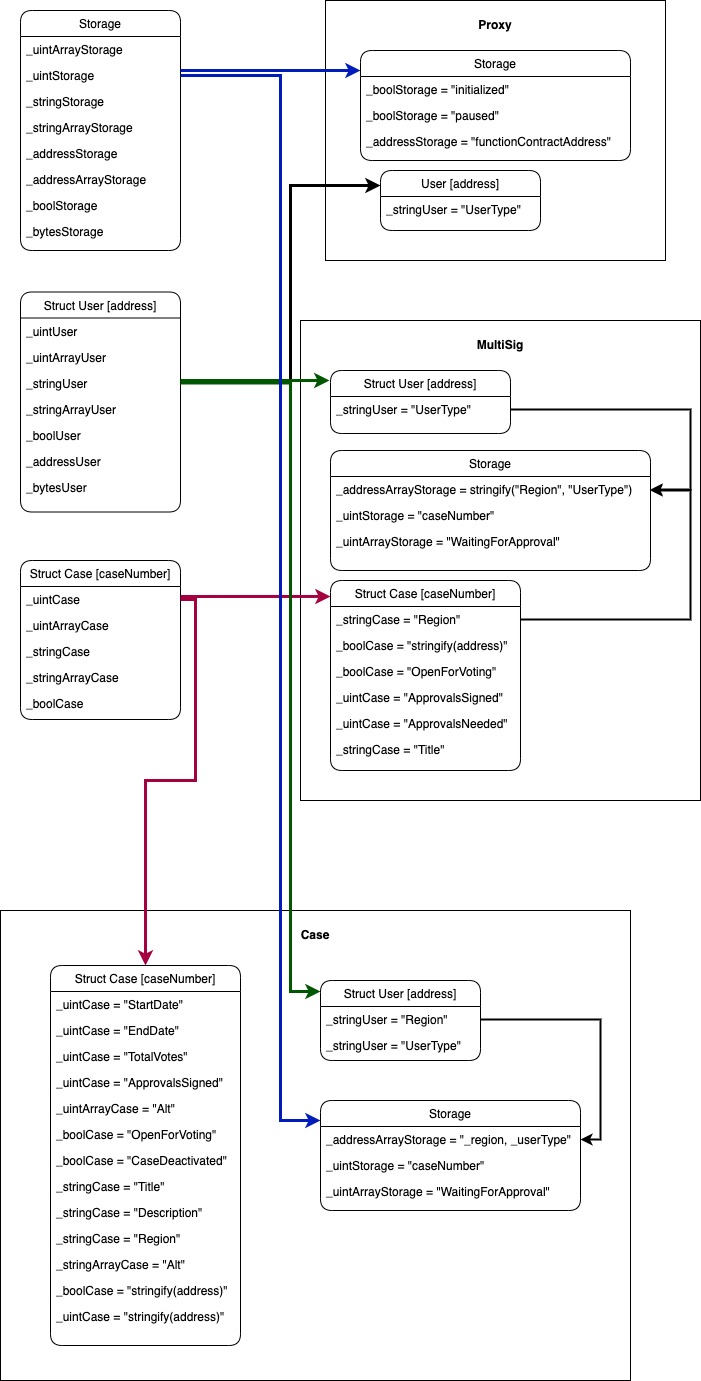
Before: Untitled Diagram.png, a diagram exported from draw.io (voljumet/ChainVote). Source tidied: cells renumbered, new cells last; positions are measured from the earlier drawing's top-left corner, leaving out a move shared by most shapes.
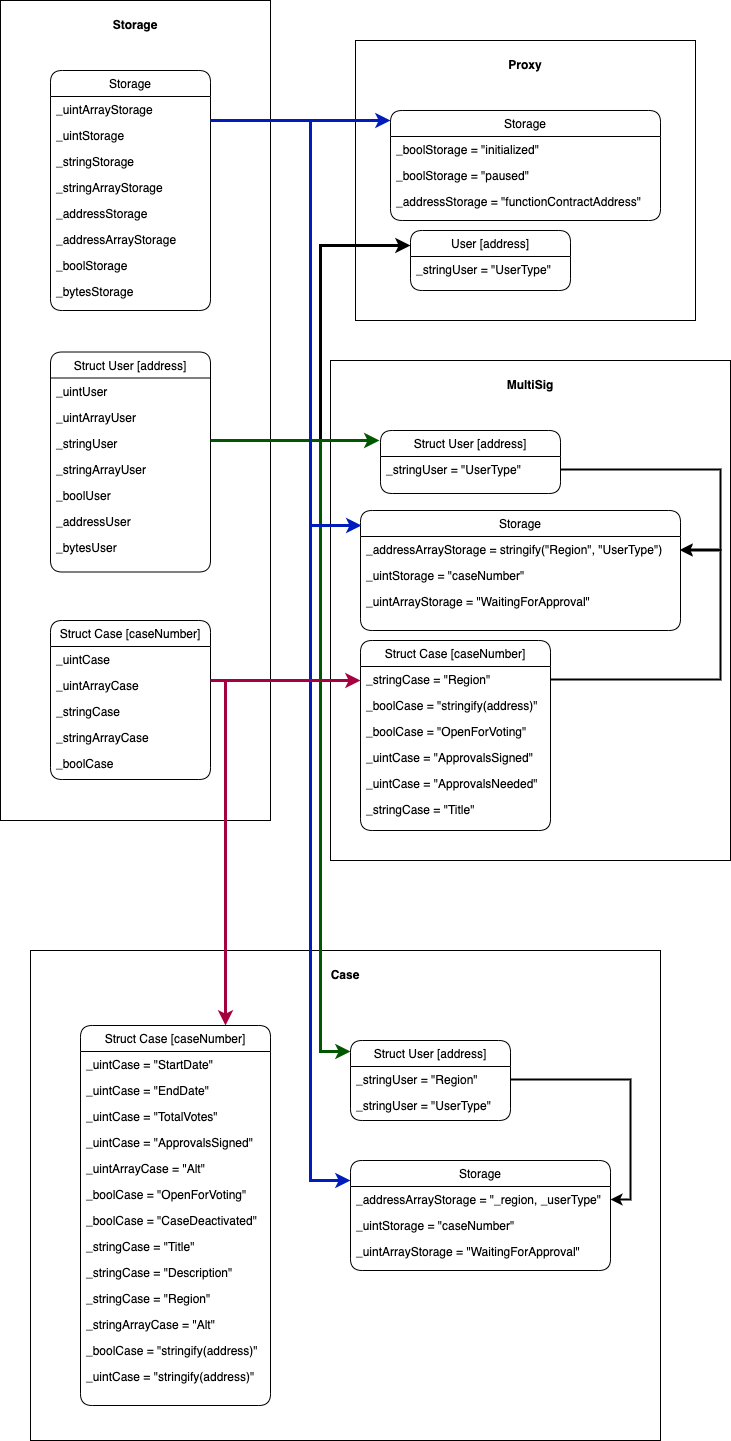
After the commit.

Diff of the diagram source:
```diff
@@ -2,14 +2,17 @@
   <root>
     <mxCell id="0" />
     <mxCell id="1" parent="0" />
+    <mxCell id="78" value="&lt;p style=&quot;margin: 0px ; margin-top: 4px ; text-align: center&quot;&gt;&lt;br&gt;&lt;b&gt;Storage&lt;/b&gt;&lt;/p&gt;" style="verticalAlign=top;align=left;overflow=fill;fontSize=12;fontFamily=Helvetica;html=1;rounded=0;" parent="1" vertex="1">
+      <mxGeometry x="-30" y="-60" width="270" height="820" as="geometry" />
+    </mxCell>
     <mxCell id="2" value="&lt;p style=&quot;margin: 0px ; margin-top: 4px ; text-align: center&quot;&gt;&lt;br&gt;&lt;b&gt;Case&lt;/b&gt;&lt;/p&gt;" style="verticalAlign=top;align=left;overflow=fill;fontSize=12;fontFamily=Helvetica;html=1;rounded=0;" parent="1" vertex="1">
-      <mxGeometry y="910" width="630" height="470" as="geometry" />
+      <mxGeometry y="890" width="630" height="490" as="geometry" />
     </mxCell>
     <mxCell id="3" value="&lt;p style=&quot;margin: 0px ; margin-top: 4px ; text-align: center&quot;&gt;&lt;br&gt;&lt;b&gt;MultiSig&lt;/b&gt;&lt;/p&gt;" style="verticalAlign=top;align=left;overflow=fill;fontSize=12;fontFamily=Helvetica;html=1;rounded=0;" parent="1" vertex="1">
-      <mxGeometry x="300" y="320" width="400" height="480" as="geometry" />
+      <mxGeometry x="300" y="300" width="400" height="500" as="geometry" />
     </mxCell>
     <mxCell id="4" value="&lt;p style=&quot;margin: 0px ; margin-top: 4px ; text-align: center&quot;&gt;&lt;br&gt;&lt;b&gt;Proxy&lt;/b&gt;&lt;/p&gt;" style="verticalAlign=top;align=left;overflow=fill;fontSize=12;fontFamily=Helvetica;html=1;rounded=0;" parent="1" vertex="1">
-      <mxGeometry x="325" width="340" height="260" as="geometry" />
+      <mxGeometry x="325" y="-20" width="340" height="280" as="geometry" />
     </mxCell>
     <mxCell id="5" value="Struct Case [caseNumber]" style="swimlane;fontStyle=0;align=center;verticalAlign=top;horizontal=1;startSize=26;rounded=1;shadow=0;strokeWidth=1;swimlaneFillColor=#ffffff;" parent="1" vertex="1">
       <mxGeometry x="20" y="560" width="160" height="159" as="geometry" />
@@ -99,7 +102,7 @@
       <mxGeometry y="26" width="160" height="26" as="geometry" />
     </mxCell>
     <mxCell id="34" value="Struct User [address]" style="swimlane;fontStyle=0;align=center;verticalAlign=top;horizontal=1;startSize=26;rounded=1;shadow=0;strokeWidth=1;swimlaneFillColor=#ffffff;" parent="1" vertex="1">
-      <mxGeometry x="330" y="370" width="180" height="63" as="geometry" />
+      <mxGeometry x="350" y="370" width="180" height="63" as="geometry" />
     </mxCell>
     <mxCell id="35" value="_stringUser = &quot;UserType&quot;" style="text;align=left;verticalAlign=top;spacingLeft=4;spacingRight=4;overflow=hidden;points=[[0,0.5],[1,0.5]];portConstraint=eastwest;rounded=0;shadow=0;html=0;" parent="34" vertex="1">
       <mxGeometry y="26" width="180" height="26" as="geometry" />
@@ -148,11 +151,11 @@
     </mxCell>
     <mxCell id="48" style="edgeStyle=orthogonalEdgeStyle;rounded=0;orthogonalLoop=1;jettySize=auto;html=1;fillColor=#0050ef;strokeColor=#001DBC;strokeWidth=3;" parent="1" edge="1">
       <mxGeometry relative="1" as="geometry">
-        <mxPoint x="180" y="70" as="sourcePoint" />
-        <mxPoint x="360" y="70" as="targetPoint" />
+        <mxPoint x="180" y="60" as="sourcePoint" />
+        <mxPoint x="360" y="60" as="targetPoint" />
         <Array as="points">
-          <mxPoint x="180" y="70" />
-          <mxPoint x="360" y="70" />
+          <mxPoint x="230" y="60" />
+          <mxPoint x="230" y="60" />
         </Array>
       </mxGeometry>
     </mxCell>
@@ -160,18 +163,11 @@
       <mxGeometry relative="1" as="geometry">
         <mxPoint x="180" y="380" as="sourcePoint" />
         <Array as="points">
-          <mxPoint x="180" y="380" />
+          <mxPoint x="270" y="380" />
+          <mxPoint x="270" y="380" />
         </Array>
       </mxGeometry>
     </mxCell>
-    <mxCell id="50" style="edgeStyle=orthogonalEdgeStyle;rounded=0;jettySize=auto;html=1;entryX=0;entryY=0.084;entryDx=0;entryDy=0;entryPerimeter=0;fillColor=#d80073;strokeColor=#A50040;strokeWidth=3;" parent="1" edge="1" target="36">
-      <mxGeometry relative="1" as="geometry">
-        <mxPoint x="180" y="596" as="sourcePoint" />
-        <Array as="points">
-          <mxPoint x="180" y="596" />
-        </Array>
-      </mxGeometry>
-    </mxCell>
     <mxCell id="51" style="edgeStyle=orthogonalEdgeStyle;rounded=0;jettySize=auto;html=1;exitX=1;exitY=0.5;exitDx=0;exitDy=0;entryX=1;entryY=0.5;entryDx=0;entryDy=0;strokeWidth=2;" parent="1" edge="1" source="35" target="44">
       <mxGeometry relative="1" as="geometry">
         <Array as="points">
@@ -252,27 +248,32 @@
     <mxCell id="73" value="_uintCase = &quot;stringify(address)&quot;" style="text;align=left;verticalAlign=top;spacingLeft=4;spacingRight=4;overflow=hidden;" parent="60" vertex="1">
       <mxGeometry y="338" width="190" height="26" as="geometry" />
     </mxCell>
-    <mxCell id="74" style="edgeStyle=orthogonalEdgeStyle;rounded=0;jettySize=auto;html=1;exitX=1;exitY=0.5;exitDx=0;exitDy=0;entryX=0.5;entryY=0;entryDx=0;entryDy=0;strokeWidth=3;fillColor=#d80073;strokeColor=#A50040;" parent="1" edge="1" source="6" target="60">
+    <mxCell id="74" style="edgeStyle=orthogonalEdgeStyle;rounded=0;orthogonalLoop=1;jettySize=auto;html=1;strokeWidth=3;fillColor=#d80073;strokeColor=#A50040;" parent="1" edge="1">
       <mxGeometry relative="1" as="geometry">
+        <mxPoint x="180" y="620" as="sourcePoint" />
+        <mxPoint x="195" y="965" as="targetPoint" />
         <Array as="points">
-          <mxPoint x="195" y="599" />
-          <mxPoint x="195" y="780" />
-          <mxPoint x="145" y="780" />
+          <mxPoint x="195" y="620" />
+          <mxPoint x="195" y="965" />
         </Array>
       </mxGeometry>
     </mxCell>
-    <mxCell id="75" style="edgeStyle=orthogonalEdgeStyle;rounded=0;jettySize=auto;html=1;exitX=1;exitY=0.5;exitDx=0;exitDy=0;entryX=0;entryY=0.138;entryDx=0;entryDy=0;entryPerimeter=0;fillColor=#008a00;strokeColor=#005700;strokeWidth=3;" parent="1" edge="1" source="14" target="57">
+    <mxCell id="75" style="edgeStyle=orthogonalEdgeStyle;rounded=0;jettySize=auto;html=1;entryX=0;entryY=0.138;entryDx=0;entryDy=0;entryPerimeter=0;fillColor=#008a00;strokeColor=#005700;strokeWidth=3;" parent="1" edge="1" target="57">
       <mxGeometry relative="1" as="geometry">
+        <mxPoint x="181" y="380" as="sourcePoint" />
         <Array as="points">
-          <mxPoint x="290" y="383" />
+          <mxPoint x="181" y="380" />
+          <mxPoint x="290" y="380" />
           <mxPoint x="290" y="991" />
         </Array>
       </mxGeometry>
     </mxCell>
-    <mxCell id="76" style="edgeStyle=orthogonalEdgeStyle;rounded=0;jettySize=auto;html=1;exitX=1;exitY=0.5;exitDx=0;exitDy=0;entryX=0;entryY=0.182;entryDx=0;entryDy=0;entryPerimeter=0;strokeWidth=3;fillColor=#0050ef;strokeColor=#001DBC;" parent="1" edge="1" source="21" target="53">
+    <mxCell id="76" style="edgeStyle=orthogonalEdgeStyle;rounded=0;jettySize=auto;html=1;entryX=0;entryY=0.182;entryDx=0;entryDy=0;entryPerimeter=0;strokeWidth=3;fillColor=#0050ef;strokeColor=#001DBC;" parent="1" edge="1" target="53">
       <mxGeometry relative="1" as="geometry">
+        <mxPoint x="180" y="60" as="sourcePoint" />
         <Array as="points">
-          <mxPoint x="280" y="75" />
+          <mxPoint x="180" y="60" />
+          <mxPoint x="280" y="60" />
           <mxPoint x="280" y="1120" />
         </Array>
       </mxGeometry>
@@ -280,5 +281,24 @@
     <mxCell id="77" style="edgeStyle=orthogonalEdgeStyle;rounded=0;jettySize=auto;html=1;exitX=1;exitY=0.5;exitDx=0;exitDy=0;entryX=1;entryY=0.5;entryDx=0;entryDy=0;strokeWidth=2;" parent="1" edge="1" source="58" target="54">
       <mxGeometry relative="1" as="geometry" />
     </mxCell>
+    <mxCell id="79" style="edgeStyle=orthogonalEdgeStyle;rounded=0;jettySize=auto;html=1;entryX=0.003;entryY=0.125;entryDx=0;entryDy=0;entryPerimeter=0;strokeWidth=3;fillColor=#0050ef;strokeColor=#001DBC;" parent="1" edge="1" target="43">
+      <mxGeometry relative="1" as="geometry">
+        <mxPoint x="180" y="60" as="sourcePoint" />
+        <Array as="points">
+          <mxPoint x="180" y="60" />
+          <mxPoint x="280" y="60" />
+          <mxPoint x="280" y="465" />
+        </Array>
+      </mxGeometry>
+    </mxCell>
+    <mxCell id="80" style="edgeStyle=orthogonalEdgeStyle;rounded=0;orthogonalLoop=1;jettySize=auto;html=1;strokeWidth=3;fillColor=#d80073;strokeColor=#A50040;" parent="1" edge="1">
+      <mxGeometry relative="1" as="geometry">
+        <mxPoint x="180" y="620" as="sourcePoint" />
+        <mxPoint x="330" y="620" as="targetPoint" />
+        <Array as="points">
+          <mxPoint x="330" y="620" />
+        </Array>
+      </mxGeometry>
+    </mxCell>
   </root>
 </mxGraphModel>
```
